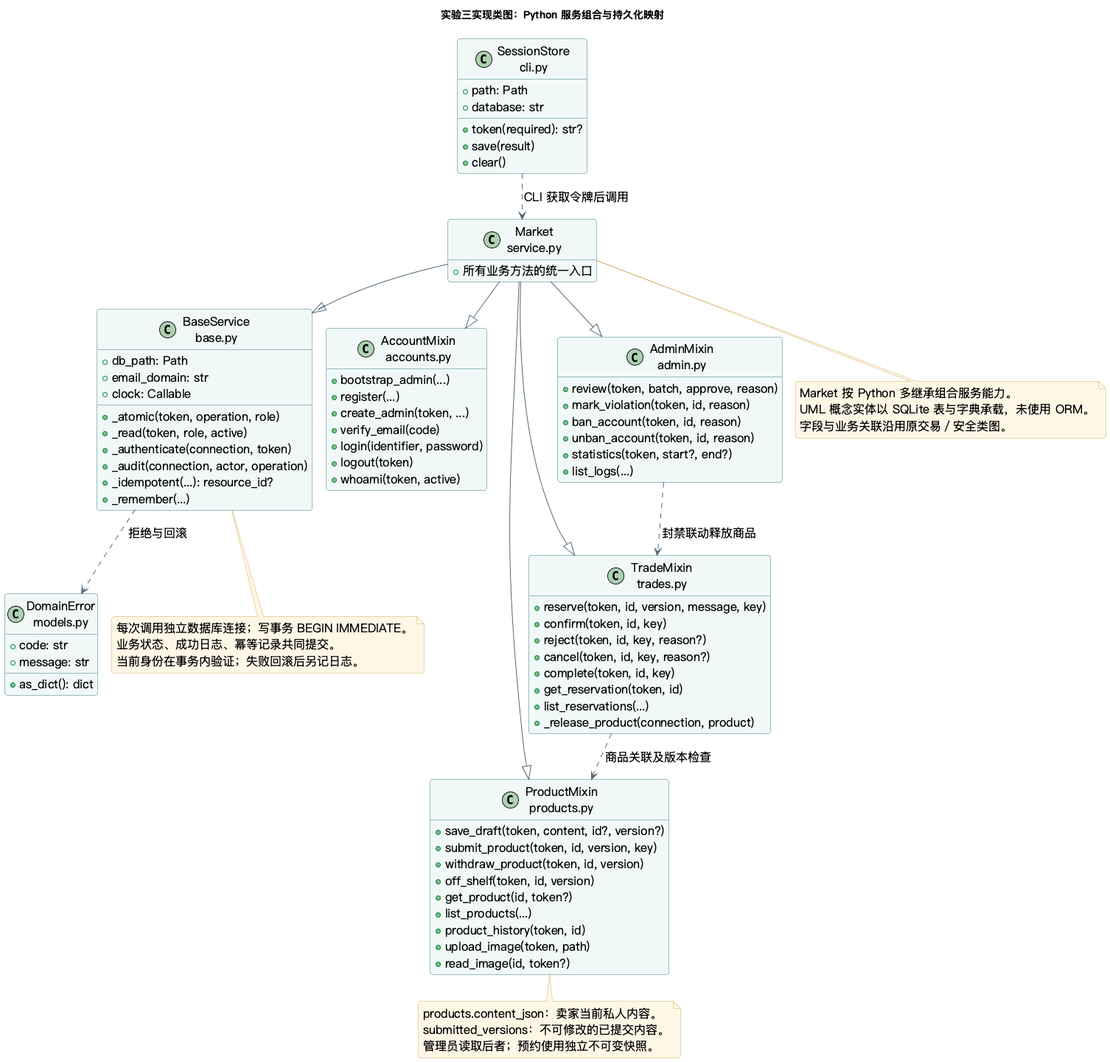
Before: lab3/UML/UML实现类图.png, a diagram exported from PlantUML (hqzhao-debug/software-engineering-lab1).
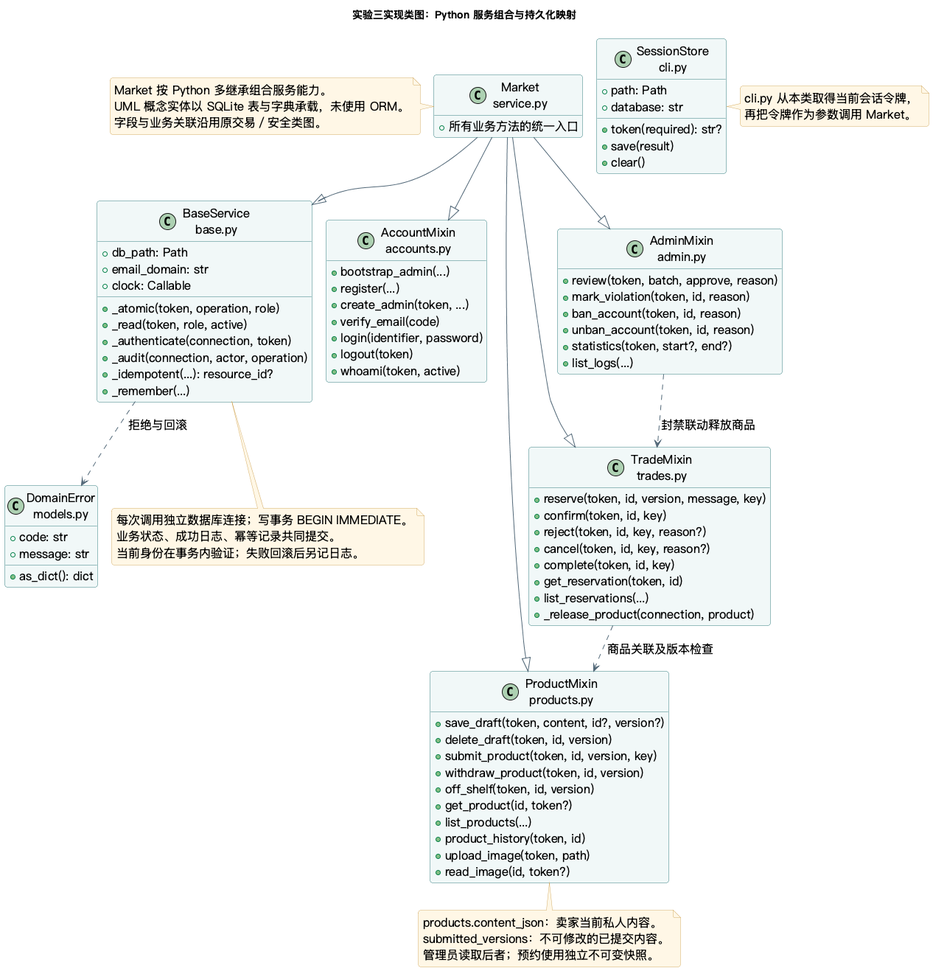
After the change.

The edit, as a diff of the source:
```diff
@@ -40,6 +40,7 @@
 }
 class "ProductMixin\nproducts.py" as Product {
   +save_draft(token, content, id?, version?)
+  +delete_draft(token, id, version)
   +submit_product(token, id, version, key)
   +withdraw_product(token, id, version)
   +off_shelf(token, id, version)
@@ -88,9 +89,12 @@
 Admin ..> Trade : 封禁联动释放商品
 Trade ..> Product : 商品关联及版本检查
 Base ..> Error : 拒绝与回滚
-Session ..> Market : CLI 获取令牌后调用
+note right of Session
+  cli.py 从本类取得当前会话令牌，
+  再把令牌作为参数调用 Market。
+end note
 
-note bottom of Market
+note left of Market
   Market 按 Python 多继承组合服务能力。
   UML 概念实体以 SQLite 表与字典承载，未使用 ORM。
   字段与业务关联沿用原交易／安全类图。
```
